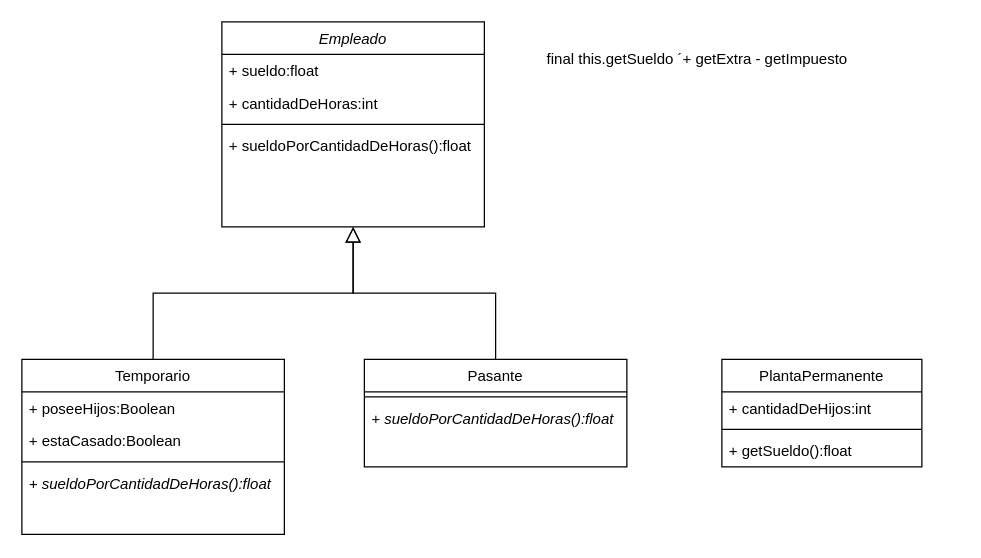
This is unq-po2-TemplateMethod-sueldosRecargados.drawio from nhubczyk/Diagramas-UML, a draw.io file, before an edit. Source tidied: cells renumbered, new cells numbered last; positions are measured from the earlier drawing's top-left corner, leaving out a move shared by most shapes. Both pictures are drawn from the tidied source at 125%, with x=0, y=0 at pixel (21, 21).
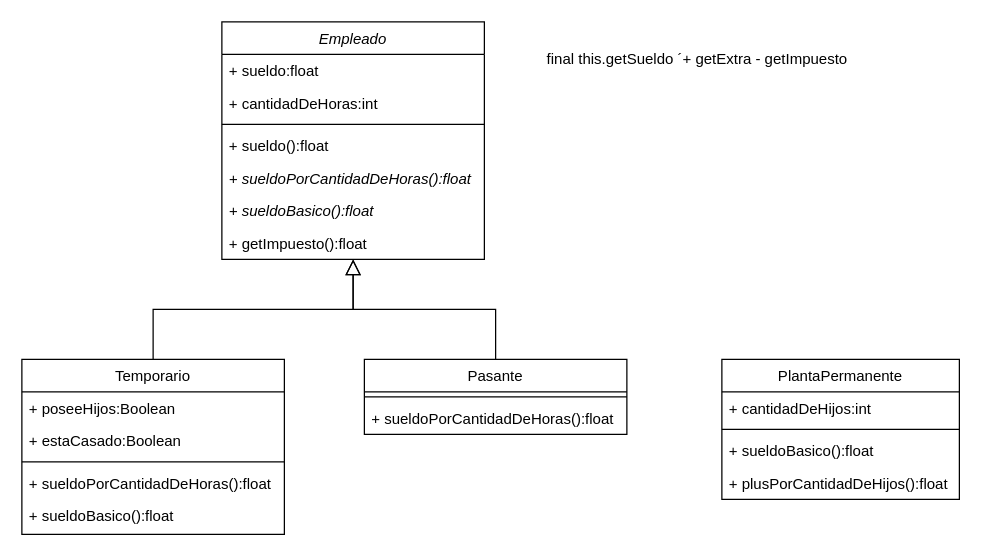
The same page after the edit.

Unchanged cells that the change refers to:
```xml
<mxCell id="7" value="Temporario" style="swimlane;fontStyle=0;align=center;verticalAlign=top;horizontal=1;startSize=26;rounded=0;shadow=0;strokeWidth=1;" parent="1" vertex="1">
  <mxGeometry y="270" width="210" height="140" as="geometry" />
</mxCell>
```

What changed in the source:
```diff
@@
     <mxCell id="2" value="Empleado" style="swimlane;fontStyle=2;align=center;verticalAlign=top;horizontal=1;startSize=26;rounded=0;shadow=0;strokeWidth=1;" parent="1" vertex="1">
-      <mxGeometry x="160" width="210" height="164" as="geometry" />
+      <mxGeometry x="160" width="210" height="190" as="geometry" />
     </mxCell>
@@
+    <mxCell id="22" value="+ sueldo():float" style="text;align=left;verticalAlign=top;spacingLeft=4;spacingRight=4;overflow=hidden;fontStyle=0;" parent="2" vertex="1">
+      <mxGeometry y="86" width="210" height="26" as="geometry" />
+    </mxCell>
-    <mxCell id="6" value="+ sueldoPorCantidadDeHoras():float" style="text;align=left;verticalAlign=top;spacingLeft=4;spacingRight=4;overflow=hidden;fontStyle=0;" parent="2" vertex="1">
-      <mxGeometry y="86" width="210" height="26" as="geometry" />
+    <mxCell id="6" value="+ sueldoPorCantidadDeHoras():float" style="text;align=left;verticalAlign=top;spacingLeft=4;spacingRight=4;overflow=hidden;fontStyle=2;" parent="2" vertex="1">
+      <mxGeometry y="112" width="210" height="26" as="geometry" />
     </mxCell>
+    <mxCell id="23" value="+ sueldoBasico():float&#10;" style="text;align=left;verticalAlign=top;spacingLeft=4;spacingRight=4;overflow=hidden;fontStyle=2;" parent="2" vertex="1">
+      <mxGeometry y="138" width="210" height="26" as="geometry" />
+    </mxCell>
+    <mxCell id="24" value="+ getImpuesto():float" style="text;align=left;verticalAlign=top;spacingLeft=4;spacingRight=4;overflow=hidden;fontStyle=0;" parent="2" vertex="1">
+      <mxGeometry y="164" width="210" height="26" as="geometry" />
+    </mxCell>
@@
-    <mxCell id="11" value="+ sueldoPorCantidadDeHoras():float" style="text;align=left;verticalAlign=top;spacingLeft=4;spacingRight=4;overflow=hidden;fontStyle=2;" parent="7" vertex="1">
+    <mxCell id="11" value="+ sueldoPorCantidadDeHoras():float" style="text;align=left;verticalAlign=top;spacingLeft=4;spacingRight=4;overflow=hidden;fontStyle=0;" parent="7" vertex="1">
       <mxGeometry y="86" width="210" height="26" as="geometry" />
     </mxCell>
+    <mxCell id="25" value="+ sueldoBasico():float&#10;" style="text;align=left;verticalAlign=top;spacingLeft=4;spacingRight=4;overflow=hidden;fontStyle=0;" parent="7" vertex="1">
+      <mxGeometry y="112" width="210" height="26" as="geometry" />
+    </mxCell>
@@
     <mxCell id="13" value="Pasante" style="swimlane;fontStyle=0;align=center;verticalAlign=top;horizontal=1;startSize=26;rounded=0;shadow=0;strokeWidth=1;" parent="1" vertex="1">
-      <mxGeometry x="274" y="270" width="210" height="86" as="geometry" />
+      <mxGeometry x="274" y="270" width="210" height="60" as="geometry" />
     </mxCell>
@@
-    <mxCell id="15" value="+ sueldoPorCantidadDeHoras():float" style="text;align=left;verticalAlign=top;spacingLeft=4;spacingRight=4;overflow=hidden;fontStyle=2;" parent="13" vertex="1">
+    <mxCell id="15" value="+ sueldoPorCantidadDeHoras():float" style="text;align=left;verticalAlign=top;spacingLeft=4;spacingRight=4;overflow=hidden;fontStyle=0;" parent="13" vertex="1">
       <mxGeometry y="34" width="210" height="26" as="geometry" />
     </mxCell>
@@
     <mxCell id="17" value="PlantaPermanente" style="swimlane;fontStyle=0;align=center;verticalAlign=top;horizontal=1;startSize=26;rounded=0;shadow=0;strokeWidth=1;" parent="1" vertex="1">
-      <mxGeometry x="560" y="270" width="160" height="86" as="geometry" />
+      <mxGeometry x="560" y="270" width="190" height="112" as="geometry" />
     </mxCell>
     <mxCell id="18" value="+ cantidadDeHijos:int" style="text;align=left;verticalAlign=top;spacingLeft=4;spacingRight=4;overflow=hidden;" parent="17" vertex="1">
-      <mxGeometry y="26" width="160" height="26" as="geometry" />
+      <mxGeometry y="26" width="190" height="26" as="geometry" />
     </mxCell>
     <mxCell id="19" style="line;html=1;strokeWidth=1;align=left;verticalAlign=middle;spacingTop=-1;spacingLeft=3;spacingRight=3;labelPosition=right;" parent="17" vertex="1">
-      <mxGeometry y="52" width="160" height="8" as="geometry" />
+      <mxGeometry y="52" width="190" height="8" as="geometry" />
     </mxCell>
-    <mxCell id="20" value="+ getSueldo():float" style="text;align=left;verticalAlign=top;spacingLeft=4;spacingRight=4;overflow=hidden;fontStyle=0;" parent="17" vertex="1">
-      <mxGeometry y="60" width="160" height="26" as="geometry" />
-    </mxCell>
+    <mxCell id="26" value="+ sueldoBasico():float&#10;" style="text;align=left;verticalAlign=top;spacingLeft=4;spacingRight=4;overflow=hidden;fontStyle=0;" parent="17" vertex="1">
+      <mxGeometry y="60" width="190" height="26" as="geometry" />
+    </mxCell>
+    <mxCell id="27" value="+ plusPorCantidadDeHijos():float" style="text;align=left;verticalAlign=top;spacingLeft=4;spacingRight=4;overflow=hidden;fontStyle=0;" parent="17" vertex="1">
+      <mxGeometry y="86" width="190" height="26" as="geometry" />
+    </mxCell>
```
